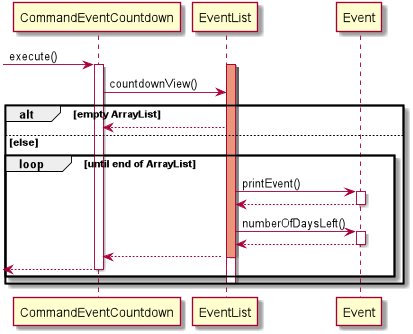
The PlantUML diagram docs/EventDiagram/SequenceDiagram/CommandEventCountdown.png in nus-cs2113-AY2021S1/tp, before a commit. Its diagram source:
```plantuml
@startuml
 -> CommandEventCountdown: execute()

activate  CommandEventCountdown
activate EventList
activate EventList #DarkSalmon
 CommandEventCountdown -> EventList:countdownView()
alt empty ArrayList
    EventList -->  CommandEventCountdown
else else
    loop until end of ArrayList
        EventList -> Event : printEvent()
        activate Event
        Event --> EventList
        deactivate Event
        EventList -> Event: numberOfDaysLeft()
        activate Event
        Event --> EventList
        deactivate Event
        EventList -->  CommandEventCountdown
        deactivate EventList
        return
    end
    deactivate EventList
    deactivate EventList
    deactivate  CommandEventCountdown
end
@enduml
```
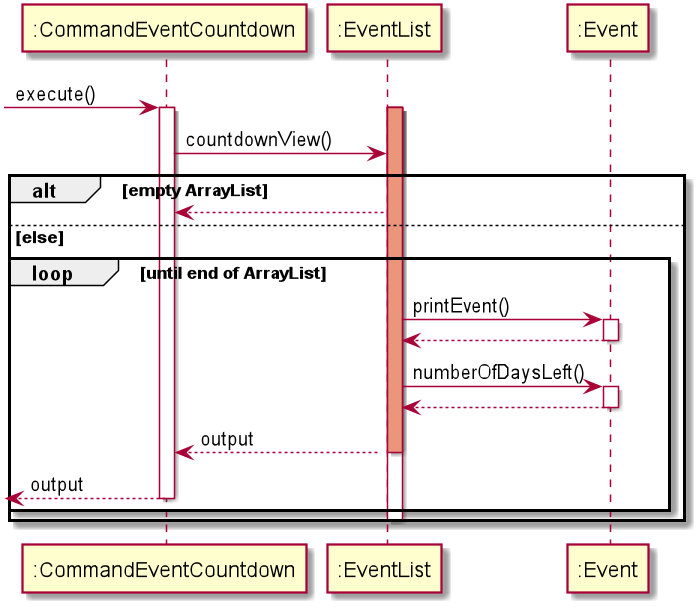
Above is the later version.

What changed in the source:
```diff
@@ -1,28 +1,28 @@
 @startuml
- -> CommandEventCountdown: execute()
+ -> ":CommandEventCountdown" : execute()
 
-activate  CommandEventCountdown
-activate EventList
-activate EventList #DarkSalmon
- CommandEventCountdown -> EventList:countdownView()
+activate  ":CommandEventCountdown"
+activate ":EventList"
+activate ":EventList" #DarkSalmon
+ ":CommandEventCountdown" -> ":EventList":countdownView()
 alt empty ArrayList
-    EventList -->  CommandEventCountdown
+    ":EventList" -->  ":CommandEventCountdown"
 else else
     loop until end of ArrayList
-        EventList -> Event : printEvent()
-        activate Event
-        Event --> EventList
-        deactivate Event
-        EventList -> Event: numberOfDaysLeft()
-        activate Event
-        Event --> EventList
-        deactivate Event
-        EventList -->  CommandEventCountdown
-        deactivate EventList
-        return
+        ":EventList" -> ":Event": printEvent()
+        activate ":Event"
+        ":Event" -->":EventList"
+        deactivate ":Event"
+        ":EventList" -> ":Event": numberOfDaysLeft()
+        activate ":Event"
+        ":Event" --> ":EventList"
+        deactivate ":Event"
+        ":EventList" -->  ":CommandEventCountdown" : output
+        deactivate ":EventList"
+        return output
     end
-    deactivate EventList
-    deactivate EventList
-    deactivate  CommandEventCountdown
+    deactivate ":EventList"
+    deactivate ":EventList"
+    deactivate ":CommandEventCountdown"
 end
 @enduml
```
